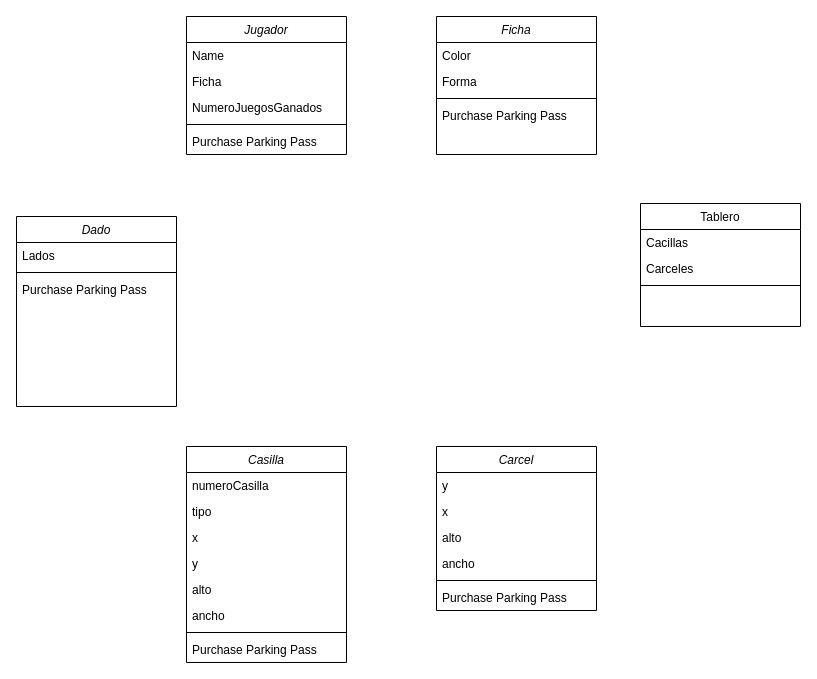
This is ParquesPOO.drawio from user5c/parques, a draw.io file, before an edit. Source tidied: cells renumbered, new cells numbered last; positions are measured from the earlier drawing's top-left corner, leaving out a move shared by most shapes. Both pictures are drawn from the tidied source at 100%, with x=0, y=0 at pixel (16, 16).
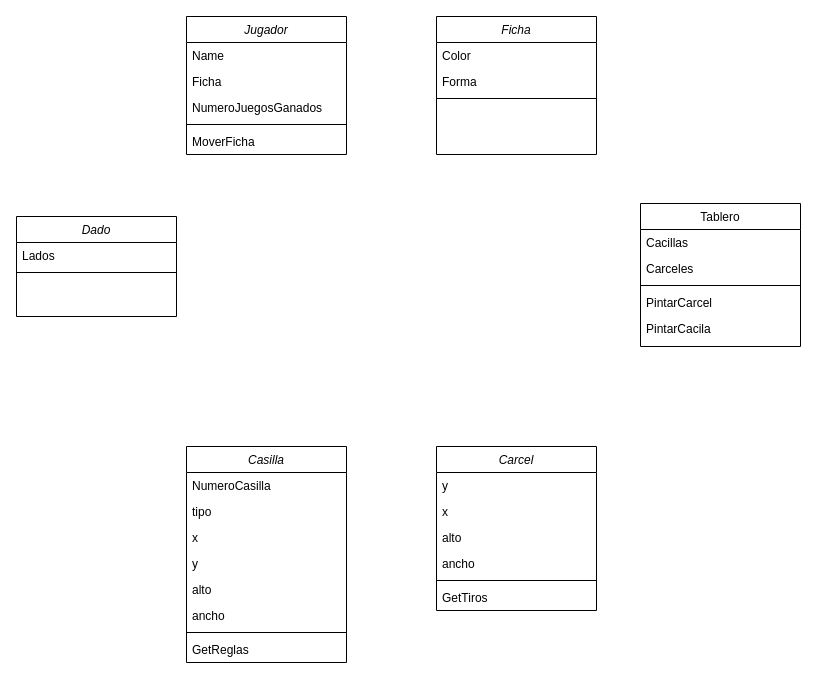
Above is the later version.

The change refers to these unchanged cells:
```xml
<mxCell id="2" value="Ficha" style="swimlane;fontStyle=2;align=center;verticalAlign=top;horizontal=1;startSize=26;rounded=0;shadow=0;strokeWidth=1;" parent="1" vertex="1">
  <mxGeometry x="420" width="160" height="138" as="geometry" />
</mxCell>
<mxCell id="11" value="Jugador" style="swimlane;fontStyle=2;align=center;verticalAlign=top;horizontal=1;startSize=26;rounded=0;shadow=0;strokeWidth=1;" parent="1" vertex="1">
  <mxGeometry x="170" width="160" height="138" as="geometry" />
</mxCell>
<mxCell id="17" value="Casilla" style="swimlane;fontStyle=2;align=center;verticalAlign=top;horizontal=1;startSize=26;rounded=0;shadow=0;strokeWidth=1;" parent="1" vertex="1">
  <mxGeometry x="170" y="430" width="160" height="216" as="geometry" />
</mxCell>
<mxCell id="26" value="Carcel" style="swimlane;fontStyle=2;align=center;verticalAlign=top;horizontal=1;startSize=26;rounded=0;shadow=0;strokeWidth=1;" parent="1" vertex="1">
  <mxGeometry x="420" y="430" width="160" height="164" as="geometry" />
</mxCell>
```

Change to the diagram source:
```diff
@@
-    <mxCell id="6" value="Purchase Parking Pass" style="text;align=left;verticalAlign=top;spacingLeft=4;spacingRight=4;overflow=hidden;" parent="2" vertex="1">
-      <mxGeometry y="86" width="160" height="26" as="geometry" />
-    </mxCell>
     <mxCell id="7" value="Tablero" style="swimlane;fontStyle=0;align=center;verticalAlign=top;horizontal=1;startSize=26;rounded=0;shadow=0;strokeWidth=1;" parent="1" vertex="1">
-      <mxGeometry x="624" y="187" width="160" height="123" as="geometry" />
+      <mxGeometry x="624" y="187" width="160" height="143" as="geometry" />
     </mxCell>
@@
+    <mxCell id="37" value="PintarCarcel" style="text;align=left;verticalAlign=top;spacingLeft=4;spacingRight=4;overflow=hidden;" parent="7" vertex="1">
+      <mxGeometry y="86" width="160" height="26" as="geometry" />
+    </mxCell>
+    <mxCell id="38" value="PintarCacila" style="text;align=left;verticalAlign=top;spacingLeft=4;spacingRight=4;overflow=hidden;" parent="7" vertex="1">
+      <mxGeometry y="112" width="160" height="26" as="geometry" />
+    </mxCell>
@@
-    <mxCell id="16" value="Purchase Parking Pass" style="text;align=left;verticalAlign=top;spacingLeft=4;spacingRight=4;overflow=hidden;" parent="11" vertex="1">
+    <mxCell id="16" value="MoverFicha&#10;" style="text;align=left;verticalAlign=top;spacingLeft=4;spacingRight=4;overflow=hidden;" parent="11" vertex="1">
       <mxGeometry y="112" width="160" height="26" as="geometry" />
     </mxCell>
@@
-    <mxCell id="18" value="numeroCasilla" style="text;align=left;verticalAlign=top;spacingLeft=4;spacingRight=4;overflow=hidden;rounded=0;shadow=0;html=0;" parent="17" vertex="1">
+    <mxCell id="18" value="NumeroCasilla" style="text;align=left;verticalAlign=top;spacingLeft=4;spacingRight=4;overflow=hidden;rounded=0;shadow=0;html=0;" parent="17" vertex="1">
       <mxGeometry y="26" width="160" height="26" as="geometry" />
     </mxCell>
@@
-    <mxCell id="25" value="Purchase Parking Pass" style="text;align=left;verticalAlign=top;spacingLeft=4;spacingRight=4;overflow=hidden;" parent="17" vertex="1">
-      <mxGeometry y="190" width="160" height="26" as="geometry" />
-    </mxCell>
+    <mxCell id="39" value="GetReglas" style="text;align=left;verticalAlign=top;spacingLeft=4;spacingRight=4;overflow=hidden;" parent="17" vertex="1">
+      <mxGeometry y="190" width="160" height="26" as="geometry" />
+    </mxCell>
@@
-    <mxCell id="32" value="Purchase Parking Pass" style="text;align=left;verticalAlign=top;spacingLeft=4;spacingRight=4;overflow=hidden;" parent="26" vertex="1">
+    <mxCell id="32" value="GetTiros" style="text;align=left;verticalAlign=top;spacingLeft=4;spacingRight=4;overflow=hidden;" parent="26" vertex="1">
       <mxGeometry y="138" width="160" height="26" as="geometry" />
     </mxCell>
     <mxCell id="33" value="Dado" style="swimlane;fontStyle=2;align=center;verticalAlign=top;horizontal=1;startSize=26;rounded=0;shadow=0;strokeWidth=1;" parent="1" vertex="1">
-      <mxGeometry y="200" width="160" height="190" as="geometry" />
+      <mxGeometry y="200" width="160" height="100" as="geometry" />
     </mxCell>
@@
-    <mxCell id="36" value="Purchase Parking Pass" style="text;align=left;verticalAlign=top;spacingLeft=4;spacingRight=4;overflow=hidden;" parent="33" vertex="1">
-      <mxGeometry y="60" width="160" height="26" as="geometry" />
-    </mxCell>
```
